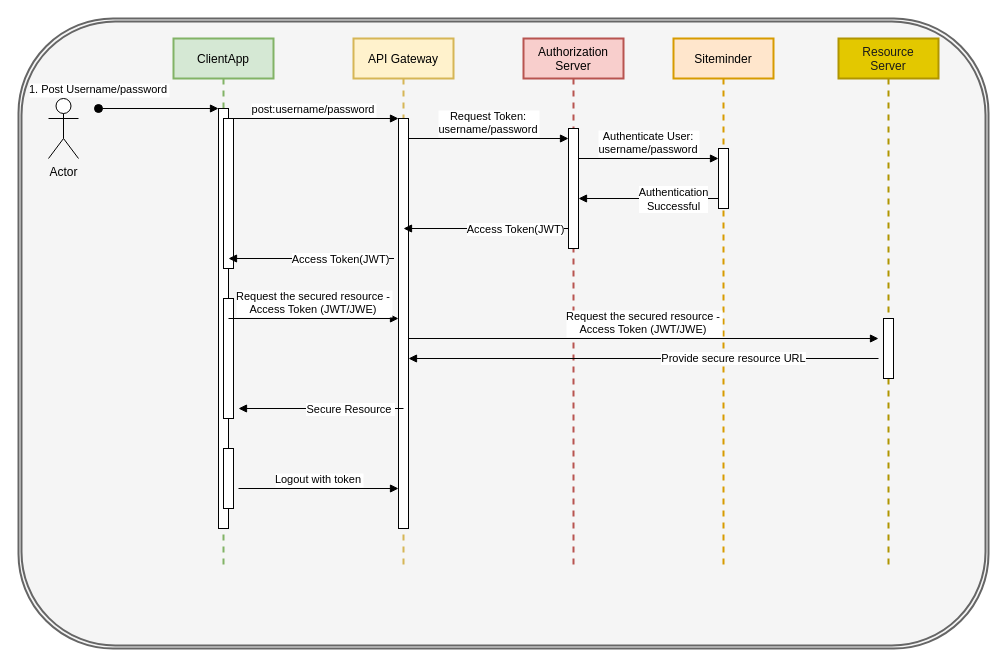
This is webapp/Untitled Diagram.drawio from vijay2213/devops1, a draw.io file, before an edit. Source tidied: cells renumbered, new cells numbered last; positions are measured from the earlier drawing's top-left corner, leaving out a move shared by most shapes. Both pictures are drawn from the tidied source at 100%, with x=0, y=0 at pixel (18, 18).
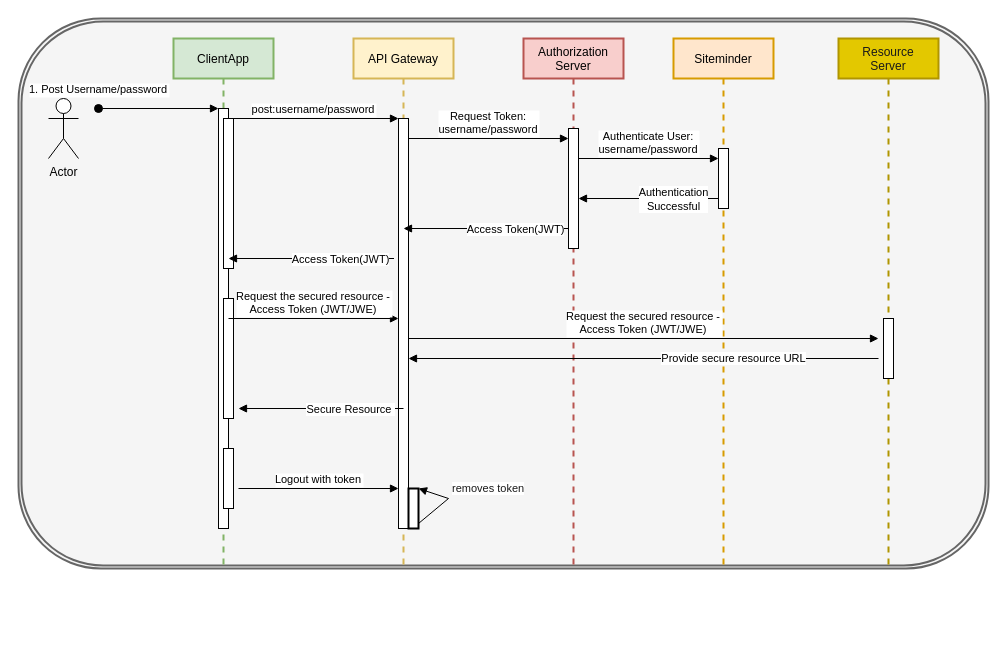
Above is the later version.

Change to the diagram source:
```diff
@@
     <mxCell id="2" style="shape=ext;double=1;rounded=1;whiteSpace=wrap;html=1;strokeWidth=2;fillColor=#f5f5f5;strokeColor=#666666;fontColor=#333333;" parent="1" vertex="1">
-      <mxGeometry width="970" height="630" as="geometry" />
+      <mxGeometry width="970" height="550" as="geometry" />
     </mxCell>
@@
+    <mxCell id="34" style="html=1;points=[];perimeter=orthogonalPerimeter;strokeWidth=2;fontColor=#1A1A1A;" parent="1" vertex="1">
+      <mxGeometry x="390" y="470" width="10" height="40" as="geometry" />
+    </mxCell>
+    <mxCell id="35" value="removes token" style="edgeStyle=orthogonalEdgeStyle;html=1;align=left;spacingLeft=2;endArrow=block;rounded=0;entryX=1;entryY=0;fontColor=#1A1A1A;exitX=1;exitY=0.875;exitDx=0;exitDy=0;exitPerimeter=0;" parent="1" edge="1" source="34" target="34">
+      <mxGeometry x="0.11" y="10" relative="1" as="geometry">
+        <Array as="points">
+          <mxPoint x="430" y="480" />
+        </Array>
+        <mxPoint x="3" y="-20" as="offset" />
+      </mxGeometry>
+    </mxCell>
```
